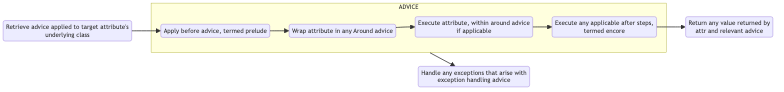
This is 30_prior_work/diagrams/asp_woven_attr.png from probablytom/Thesis, a Mermaid export, as it was before one commit. Its source is kept beside it as 30_prior_work/diagrams/asp_woven_attr.mmd. The source it was exported from:
```mermaid
flowchart LR
    getAdvice(Retrieve advice applied to target attribute's\nunderlying class)
    applyPreludeAdvice(Apply before advice, termed prelude)
    wrapAttrInAround(Wrap attribute in any Around advice)
    execAttr(Execute attribute, within around advice\nif applicable)
    execAfterAdvice(Execute any applicable after steps,\ntermed encore)
    handleExceptions(Handle any exceptions that arise with\nexception handling advice)
    returnVal(Return any value returned by\nattr and relevant advice)

    getAdvice-->applyPreludeAdvice
    subgraph ADVICE
        direction TB
        applyPreludeAdvice-->wrapAttrInAround
        wrapAttrInAround-->execAttr
        execAttr-->execAfterAdvice
    end
    execAfterAdvice-->returnVal
    ADVICE-->handleExceptions
```
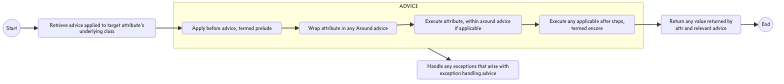
After the commit.

What changed in the source:
```diff
@@ -1,4 +1,8 @@
 flowchart LR
+
+    startProc((Start))
+    endProc((End))
+
     getAdvice(Retrieve advice applied to target attribute's\nunderlying class)
     applyPreludeAdvice(Apply before advice, termed prelude)
     wrapAttrInAround(Wrap attribute in any Around advice)
@@ -7,12 +11,12 @@
     handleExceptions(Handle any exceptions that arise with\nexception handling advice)
     returnVal(Return any value returned by\nattr and relevant advice)
 
-    getAdvice-->applyPreludeAdvice
+    startProc-->getAdvice-->applyPreludeAdvice
     subgraph ADVICE
         direction TB
         applyPreludeAdvice-->wrapAttrInAround
         wrapAttrInAround-->execAttr
         execAttr-->execAfterAdvice
     end
-    execAfterAdvice-->returnVal
+    execAfterAdvice-->returnVal-->endProc
     ADVICE-->handleExceptions
```
